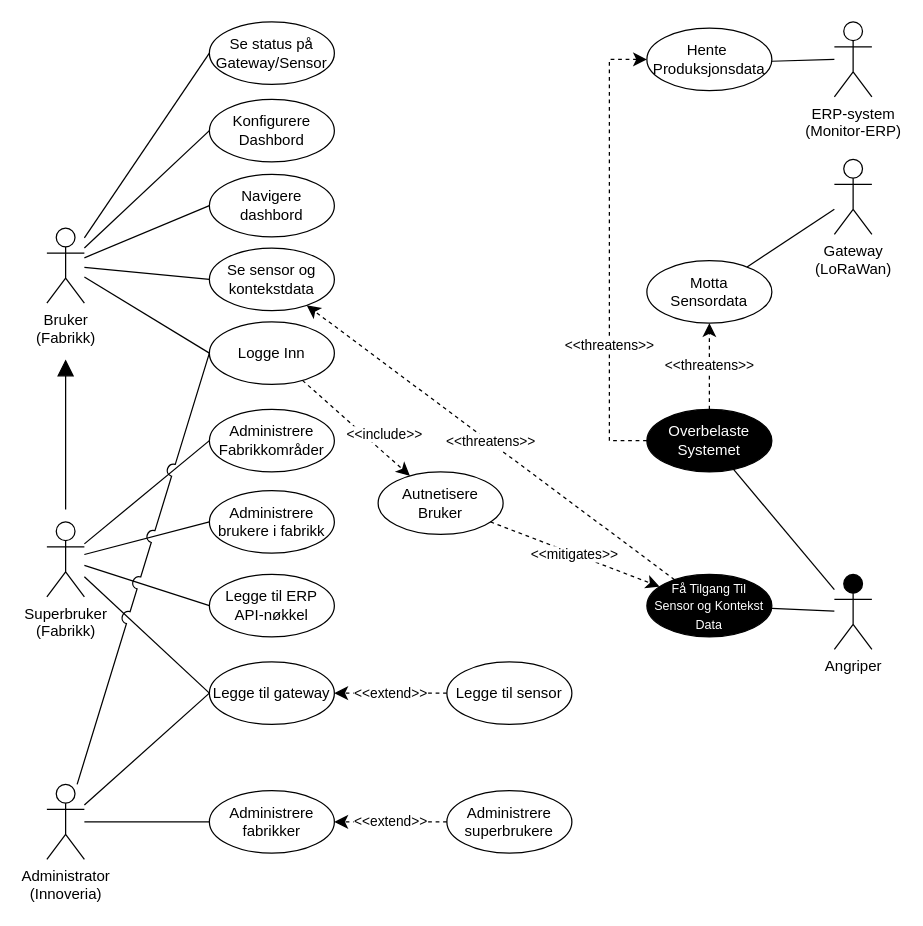
This is docs/UML/Use-case_v2.drawio from magnusdybdal-snd/innoveria-iot, a draw.io file, before an edit. Source tidied: cells renumbered, new cells numbered last; positions are measured from the earlier drawing's top-left corner, leaving out a move shared by most shapes. Both pictures are drawn from the tidied source at 125%, with x=0, y=0 at pixel (46, 21).
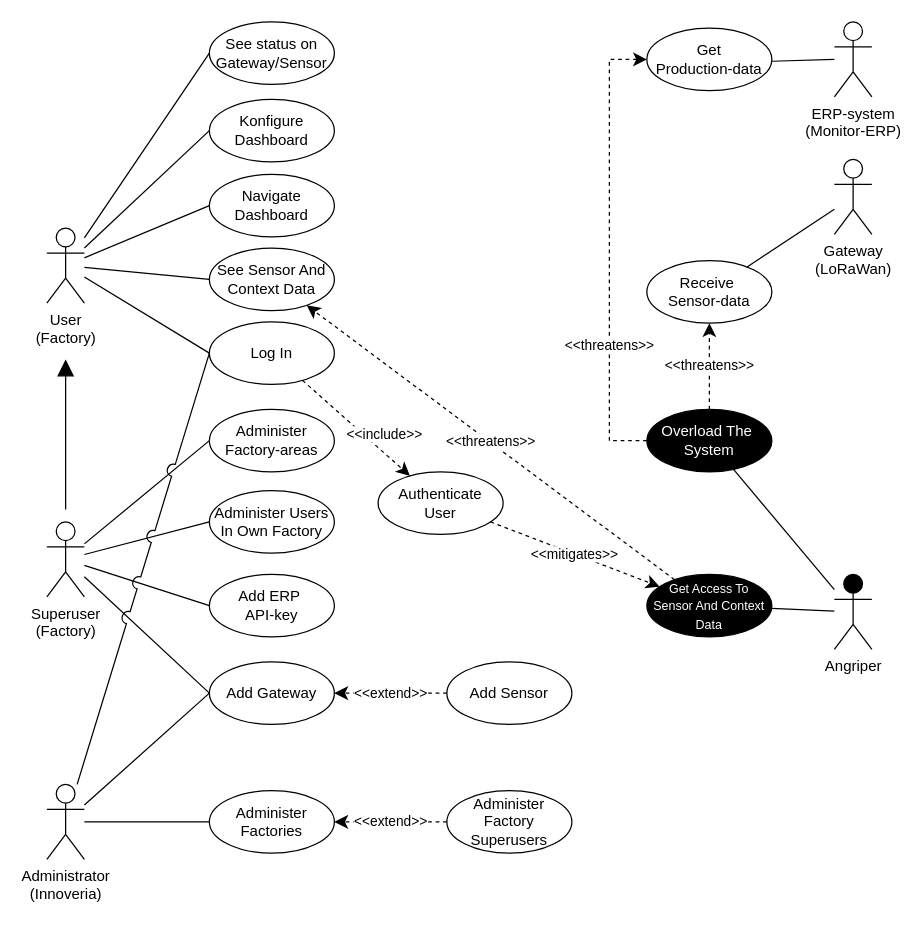
The same diagram, later.

Commit message (it also covers changes not shown here):
docs: translated domain model and use case to english

Diff of the diagram source:
```diff
@@
-    <mxCell id="3" value="Bruker&lt;br&gt;(Fabrikk)" style="shape=umlActor;verticalLabelPosition=bottom;verticalAlign=top;html=1;outlineConnect=0;" parent="1" vertex="1">
+    <mxCell id="3" value="User&lt;br&gt;(Factory)" style="shape=umlActor;verticalLabelPosition=bottom;verticalAlign=top;html=1;outlineConnect=0;" parent="1" vertex="1">
       <mxGeometry y="165" width="30" height="60" as="geometry" />
     </mxCell>
@@
-    <mxCell id="7" value="Superbruker&lt;br&gt;(Fabrikk)" style="shape=umlActor;verticalLabelPosition=bottom;verticalAlign=top;html=1;outlineConnect=0;" parent="1" vertex="1">
+    <mxCell id="7" value="Superuser&lt;br&gt;(Factory)" style="shape=umlActor;verticalLabelPosition=bottom;verticalAlign=top;html=1;outlineConnect=0;" parent="1" vertex="1">
       <mxGeometry y="400" width="30" height="60" as="geometry" />
     </mxCell>
@@
-    <mxCell id="9" value="Se sensor og kontekstdata" style="ellipse;whiteSpace=wrap;html=1;" parent="1" vertex="1">
+    <mxCell id="9" value="See Sensor And Context Data" style="ellipse;whiteSpace=wrap;html=1;" parent="1" vertex="1">
       <mxGeometry x="130" y="181" width="100" height="50" as="geometry" />
     </mxCell>
-    <mxCell id="10" value="Administrere brukere i fabrikk" style="ellipse;whiteSpace=wrap;html=1;" parent="1" vertex="1">
+    <mxCell id="10" value="Administer Users&lt;br&gt;In Own Factory" style="ellipse;whiteSpace=wrap;html=1;" parent="1" vertex="1">
       <mxGeometry x="130" y="375" width="100" height="50" as="geometry" />
     </mxCell>
-    <mxCell id="11" value="Legge til gateway" style="ellipse;whiteSpace=wrap;html=1;" parent="1" vertex="1">
+    <mxCell id="11" value="Add Gateway" style="ellipse;whiteSpace=wrap;html=1;" parent="1" vertex="1">
       <mxGeometry x="130" y="512" width="100" height="50" as="geometry" />
     </mxCell>
-    <mxCell id="12" value="Legge til sensor" style="ellipse;whiteSpace=wrap;html=1;" parent="1" vertex="1">
+    <mxCell id="12" value="Add Sensor" style="ellipse;whiteSpace=wrap;html=1;" parent="1" vertex="1">
       <mxGeometry x="320" y="512" width="100" height="50" as="geometry" />
     </mxCell>
-    <mxCell id="13" value="Administrere fabrikker" style="ellipse;whiteSpace=wrap;html=1;" parent="1" vertex="1">
+    <mxCell id="13" value="Administer&lt;br&gt;Factories" style="ellipse;whiteSpace=wrap;html=1;" parent="1" vertex="1">
       <mxGeometry x="130" y="615" width="100" height="50" as="geometry" />
     </mxCell>
-    <mxCell id="14" value="Administrere superbrukere" style="ellipse;whiteSpace=wrap;html=1;" parent="1" vertex="1">
+    <mxCell id="14" value="Administer&lt;br&gt;Factory Superusers" style="ellipse;whiteSpace=wrap;html=1;" parent="1" vertex="1">
       <mxGeometry x="320" y="615" width="100" height="50" as="geometry" />
     </mxCell>
-    <mxCell id="15" value="Motta&lt;br&gt;Sensordata" style="ellipse;whiteSpace=wrap;html=1;" parent="1" vertex="1">
+    <mxCell id="15" value="Receive&amp;nbsp;&lt;br&gt;Sensor-data" style="ellipse;whiteSpace=wrap;html=1;" parent="1" vertex="1">
       <mxGeometry x="480" y="191" width="100" height="50" as="geometry" />
     </mxCell>
-    <mxCell id="16" value="Hente&amp;nbsp;&lt;br&gt;Produksjonsdata" style="ellipse;whiteSpace=wrap;html=1;" parent="1" vertex="1">
+    <mxCell id="16" value="Get&lt;br&gt;Production-data" style="ellipse;whiteSpace=wrap;html=1;" parent="1" vertex="1">
       <mxGeometry x="480" y="5" width="100" height="50" as="geometry" />
     </mxCell>
-    <mxCell id="17" value="Navigere dashbord" style="ellipse;whiteSpace=wrap;html=1;" parent="1" vertex="1">
+    <mxCell id="17" value="Navigate&lt;br&gt;Dashboard" style="ellipse;whiteSpace=wrap;html=1;" parent="1" vertex="1">
       <mxGeometry x="130" y="122" width="100" height="50" as="geometry" />
     </mxCell>
-    <mxCell id="18" value="Logge Inn" style="ellipse;whiteSpace=wrap;html=1;" parent="1" vertex="1">
+    <mxCell id="18" value="Log In" style="ellipse;whiteSpace=wrap;html=1;" parent="1" vertex="1">
       <mxGeometry x="130" y="240" width="100" height="50" as="geometry" />
     </mxCell>
@@
-    <mxCell id="27" value="Autnetisere&lt;br&gt;Bruker" style="ellipse;whiteSpace=wrap;html=1;" parent="1" vertex="1">
+    <mxCell id="27" value="Authenticate&lt;br&gt;User" style="ellipse;whiteSpace=wrap;html=1;" parent="1" vertex="1">
       <mxGeometry x="265" y="360" width="100" height="50" as="geometry" />
     </mxCell>
-    <mxCell id="28" value="Konfigurere&lt;br&gt;Dashbord" style="ellipse;whiteSpace=wrap;html=1;" parent="1" vertex="1">
+    <mxCell id="28" value="Konfigure&lt;br&gt;Dashboard" style="ellipse;whiteSpace=wrap;html=1;" parent="1" vertex="1">
       <mxGeometry x="130" y="62" width="100" height="50" as="geometry" />
     </mxCell>
@@
-    <mxCell id="32" value="&lt;font style=&quot;font-size: 10px;&quot;&gt;Få Tilgang Til&lt;br&gt;Sensor og Kontekst Data&lt;/font&gt;" style="ellipse;whiteSpace=wrap;html=1;fillStyle=solid;fillColor=light-dark(#000000,#000000);fontColor=light-dark(#FFFFFF,#FFFFFF);" parent="1" vertex="1">
+    <mxCell id="32" value="&lt;span style=&quot;font-size: 10px;&quot;&gt;Get Access To Sensor And Context Data&lt;/span&gt;" style="ellipse;whiteSpace=wrap;html=1;fillStyle=solid;fillColor=light-dark(#000000,#000000);fontColor=light-dark(#FFFFFF,#FFFFFF);" parent="1" vertex="1">
       <mxGeometry x="480" y="442" width="100" height="50" as="geometry" />
     </mxCell>
@@
-    <mxCell id="39" value="&lt;font style=&quot;&quot;&gt;Overbelaste&lt;/font&gt;&lt;div&gt;&lt;font style=&quot;&quot;&gt;Systemet&lt;/font&gt;&lt;/div&gt;" style="ellipse;whiteSpace=wrap;html=1;fillStyle=solid;fillColor=light-dark(#000000,#000000);fontColor=light-dark(#FFFFFF,#FFFFFF);" parent="1" vertex="1">
+    <mxCell id="39" value="Overload The&amp;nbsp;&lt;br&gt;System" style="ellipse;whiteSpace=wrap;html=1;fillStyle=solid;fillColor=light-dark(#000000,#000000);fontColor=light-dark(#FFFFFF,#FFFFFF);" parent="1" vertex="1">
       <mxGeometry x="480" y="310" width="100" height="50" as="geometry" />
     </mxCell>
@@
-    <mxCell id="43" value="Legge til ERP&lt;br&gt;API-nøkkel" style="ellipse;whiteSpace=wrap;html=1;" parent="1" vertex="1">
+    <mxCell id="43" value="Add ERP&amp;nbsp;&lt;br&gt;API-key" style="ellipse;whiteSpace=wrap;html=1;" parent="1" vertex="1">
       <mxGeometry x="130" y="442" width="100" height="50" as="geometry" />
     </mxCell>
@@
-    <mxCell id="46" value="Se status på&lt;div&gt;Gateway/Sensor&lt;/div&gt;" style="ellipse;whiteSpace=wrap;html=1;" parent="1" vertex="1">
+    <mxCell id="46" value="See status on Gateway/Sensor" style="ellipse;whiteSpace=wrap;html=1;" parent="1" vertex="1">
       <mxGeometry x="130" width="100" height="50" as="geometry" />
     </mxCell>
@@
-    <mxCell id="48" value="Administrere Fabrikkområder" style="ellipse;whiteSpace=wrap;html=1;" parent="1" vertex="1">
+    <mxCell id="48" value="Administer&lt;br&gt;Factory-areas" style="ellipse;whiteSpace=wrap;html=1;" parent="1" vertex="1">
       <mxGeometry x="130" y="310" width="100" height="50" as="geometry" />
     </mxCell>
```
